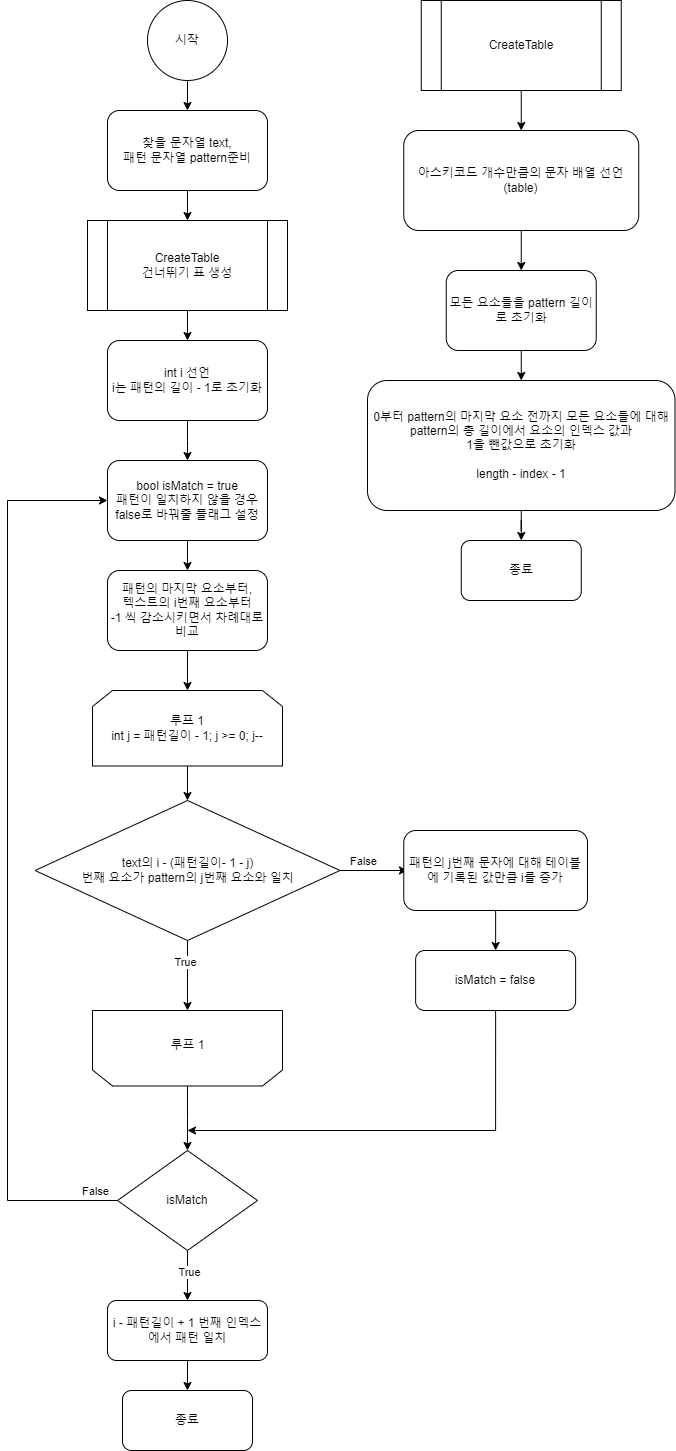
The draw.io diagram FlowCharts/BoyerMoore.png in catnip144/InhaGame-2024, before a commit. Source tidied: cells renumbered, new cells last; positions are measured from the earlier drawing's top-left corner, leaving out a move shared by most shapes.
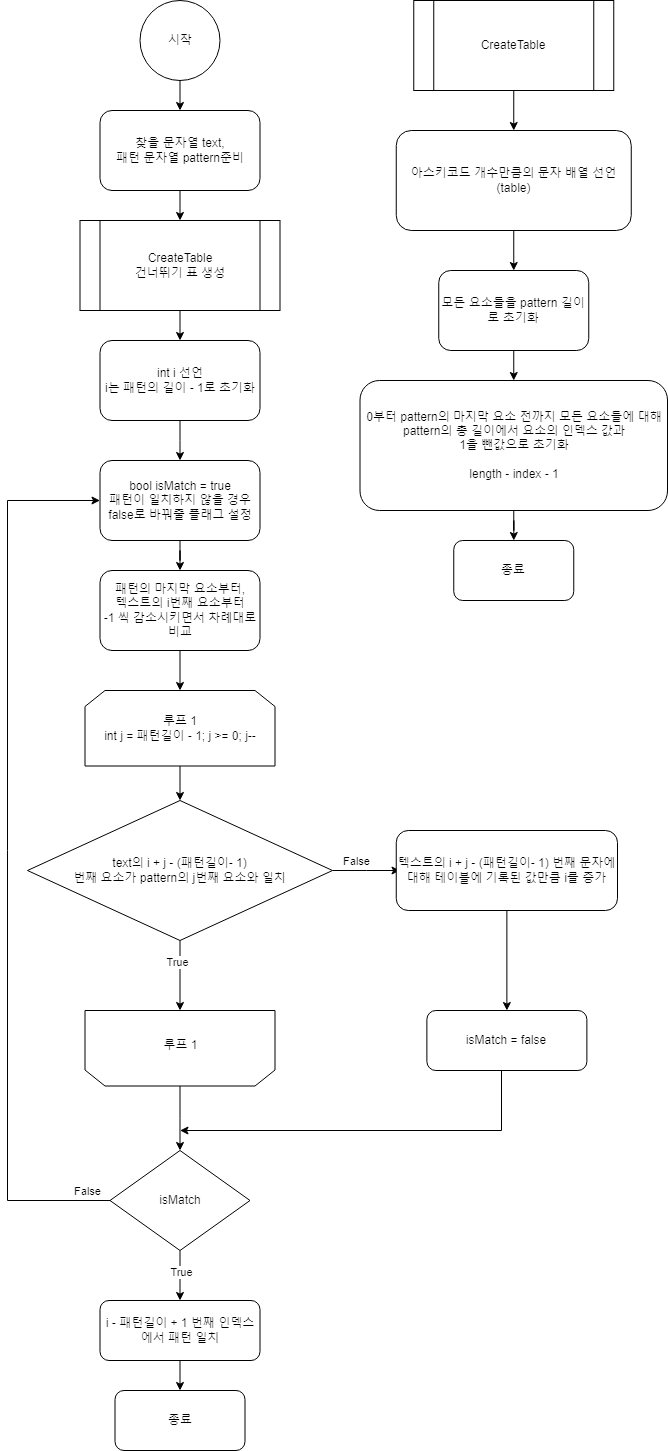
After the change.

Commit message:
Boyer Moore

What changed in the source:
```diff
@@ -8,19 +8,19 @@
     <mxCell id="3" value="시작" style="ellipse;whiteSpace=wrap;html=1;" parent="1" vertex="1">
       <mxGeometry x="140" width="80" height="80" as="geometry" />
     </mxCell>
-    <mxCell id="4" style="edgeStyle=orthogonalEdgeStyle;rounded=0;jettySize=auto;html=1;exitX=0.5;exitY=1;exitDx=0;exitDy=0;" parent="1" edge="1" source="5">
-      <mxGeometry relative="1" as="geometry">
-        <mxPoint x="180" y="220" as="targetPoint" />
-      </mxGeometry>
-    </mxCell>
+    <mxCell id="45" style="edgeStyle=orthogonalEdgeStyle;rounded=0;jettySize=auto;html=1;exitX=0.5;exitY=1;exitDx=0;exitDy=0;" parent="1" edge="1" source="5">
+      <mxGeometry relative="1" as="geometry">
+        <mxPoint x="180" y="220" as="targetPoint" />
+      </mxGeometry>
+    </mxCell>
     <mxCell id="5" value="찾을 문자열 text,&lt;div&gt;패턴 문자열 pattern준비&lt;/div&gt;" style="rounded=1;whiteSpace=wrap;html=1;" parent="1" vertex="1">
       <mxGeometry x="100" y="110" width="160" height="80" as="geometry" />
     </mxCell>
-    <mxCell id="6" style="edgeStyle=orthogonalEdgeStyle;rounded=0;jettySize=auto;html=1;exitX=0.5;exitY=1;exitDx=0;exitDy=0;" parent="1" edge="1" source="7">
-      <mxGeometry relative="1" as="geometry">
-        <mxPoint x="180" y="340" as="targetPoint" />
-      </mxGeometry>
-    </mxCell>
+    <mxCell id="46" style="edgeStyle=orthogonalEdgeStyle;rounded=0;jettySize=auto;html=1;exitX=0.5;exitY=1;exitDx=0;exitDy=0;" parent="1" edge="1" source="7">
+      <mxGeometry relative="1" as="geometry">
+        <mxPoint x="180" y="340" as="targetPoint" />
+      </mxGeometry>
+    </mxCell>
     <mxCell id="7" value="CreateTable&lt;div&gt;건너뛰기 표 생성&lt;/div&gt;" style="shape=process;whiteSpace=wrap;html=1;backgroundOutline=1;" parent="1" vertex="1">
       <mxGeometry x="80" y="220" width="200" height="90" as="geometry" />
     </mxCell>
@@ -36,67 +36,67 @@
     <mxCell id="11" value="아스키코드 개수만큼의 문자 배열 선언 (table)" style="rounded=1;whiteSpace=wrap;html=1;" parent="1" vertex="1">
       <mxGeometry x="396.2" y="130" width="235" height="100" as="geometry" />
     </mxCell>
-    <mxCell id="12" style="edgeStyle=orthogonalEdgeStyle;rounded=0;jettySize=auto;html=1;exitX=0.5;exitY=1;exitDx=0;exitDy=0;" parent="1" edge="1" source="13">
-      <mxGeometry relative="1" as="geometry">
-        <mxPoint x="513.8" y="380" as="targetPoint" />
-      </mxGeometry>
-    </mxCell>
+    <mxCell id="47" style="edgeStyle=orthogonalEdgeStyle;rounded=0;jettySize=auto;html=1;exitX=0.5;exitY=1;exitDx=0;exitDy=0;" parent="1" edge="1" source="13">
+      <mxGeometry relative="1" as="geometry">
+        <mxPoint x="513.8" y="380" as="targetPoint" />
+      </mxGeometry>
+    </mxCell>
     <mxCell id="13" value="모든 요소들을 pattern 길이로 초기화" style="rounded=1;whiteSpace=wrap;html=1;" parent="1" vertex="1">
       <mxGeometry x="438.8" y="270" width="150" height="80" as="geometry" />
     </mxCell>
-    <mxCell id="14" style="edgeStyle=orthogonalEdgeStyle;rounded=0;jettySize=auto;html=1;exitX=0.5;exitY=1;exitDx=0;exitDy=0;" parent="1" edge="1" source="15" target="16">
-      <mxGeometry relative="1" as="geometry" />
-    </mxCell>
+    <mxCell id="48" style="edgeStyle=orthogonalEdgeStyle;rounded=0;jettySize=auto;html=1;exitX=0.5;exitY=1;exitDx=0;exitDy=0;" parent="1" edge="1" source="15" target="49">
+      <mxGeometry relative="1" as="geometry" />
+    </mxCell>
     <mxCell id="15" value="0부터 pattern의 마지막 요소 전까지 모든 요소들에 대해&lt;div&gt;pattern의 총 길이에서 요소의 인덱스 값과&lt;/div&gt;&lt;div&gt;1을 뺀값으로 초기화&lt;/div&gt;&lt;div&gt;&lt;br&gt;&lt;/div&gt;&lt;div&gt;length - index - 1&lt;/div&gt;" style="rounded=1;whiteSpace=wrap;html=1;" parent="1" vertex="1">
       <mxGeometry x="360" y="380" width="307.5" height="130" as="geometry" />
     </mxCell>
-    <mxCell id="16" value="종료" style="rounded=1;whiteSpace=wrap;html=1;" parent="1" vertex="1">
-      <mxGeometry x="453.8" y="540" width="120" height="60" as="geometry" />
-    </mxCell>
-    <mxCell id="17" style="edgeStyle=orthogonalEdgeStyle;rounded=0;jettySize=auto;html=1;exitX=0.5;exitY=1;exitDx=0;exitDy=0;" parent="1" edge="1" source="18">
-      <mxGeometry relative="1" as="geometry">
-        <mxPoint x="180" y="460" as="targetPoint" />
-      </mxGeometry>
-    </mxCell>
+    <mxCell id="49" value="종료" style="rounded=1;whiteSpace=wrap;html=1;" parent="1" vertex="1">
+      <mxGeometry x="453.8" y="540" width="120" height="60" as="geometry" />
+    </mxCell>
+    <mxCell id="50" style="edgeStyle=orthogonalEdgeStyle;rounded=0;jettySize=auto;html=1;exitX=0.5;exitY=1;exitDx=0;exitDy=0;" parent="1" edge="1" source="18">
+      <mxGeometry relative="1" as="geometry">
+        <mxPoint x="180" y="460" as="targetPoint" />
+      </mxGeometry>
+    </mxCell>
     <mxCell id="18" value="int i 선언&lt;div&gt;i는 패턴의 길이 - 1로 초기화&lt;/div&gt;" style="rounded=1;whiteSpace=wrap;html=1;" parent="1" vertex="1">
       <mxGeometry x="100" y="340" width="160" height="80" as="geometry" />
     </mxCell>
-    <mxCell id="19" style="edgeStyle=orthogonalEdgeStyle;rounded=0;jettySize=auto;html=1;exitX=0.5;exitY=1;exitDx=0;exitDy=0;entryX=0.5;entryY=0;entryDx=0;entryDy=0;" parent="1" edge="1" source="20" target="28">
-      <mxGeometry relative="1" as="geometry" />
-    </mxCell>
+    <mxCell id="51" style="edgeStyle=orthogonalEdgeStyle;rounded=0;jettySize=auto;html=1;exitX=0.5;exitY=1;exitDx=0;exitDy=0;entryX=0.5;entryY=0;entryDx=0;entryDy=0;" parent="1" edge="1" source="20" target="58">
+      <mxGeometry relative="1" as="geometry" />
+    </mxCell>
     <mxCell id="20" value="루프 1&lt;div&gt;int j = 패턴길이 - 1; j &amp;gt;= 0; j--&lt;/div&gt;" style="shape=loopLimit;whiteSpace=wrap;html=1;" parent="1" vertex="1">
       <mxGeometry x="85" y="690" width="190" height="75.5" as="geometry" />
     </mxCell>
-    <mxCell id="21" style="edgeStyle=orthogonalEdgeStyle;rounded=0;jettySize=auto;html=1;exitX=0.5;exitY=0;exitDx=0;exitDy=0;entryX=0.5;entryY=0;entryDx=0;entryDy=0;" parent="1" edge="1" source="22">
-      <mxGeometry relative="1" as="geometry">
-        <mxPoint x="180" y="1150" as="targetPoint" />
-      </mxGeometry>
-    </mxCell>
-    <mxCell id="22" style="shape=loopLimit;whiteSpace=wrap;html=1;rotation=-180;" parent="1" vertex="1">
-      <mxGeometry x="85" y="1010" width="190" height="75.5" as="geometry" />
-    </mxCell>
+    <mxCell id="52" style="edgeStyle=orthogonalEdgeStyle;rounded=0;jettySize=auto;html=1;exitX=0.5;exitY=0;exitDx=0;exitDy=0;entryX=0.5;entryY=0;entryDx=0;entryDy=0;" parent="1" edge="1" source="53">
+      <mxGeometry relative="1" as="geometry">
+        <mxPoint x="180" y="1150" as="targetPoint" />
+      </mxGeometry>
+    </mxCell>
+    <mxCell id="53" style="shape=loopLimit;whiteSpace=wrap;html=1;rotation=-180;" parent="1" vertex="1">
+      <mxGeometry x="85" y="1010" width="190" height="75.5" as="geometry" />
+    </mxCell>
     <mxCell id="23" value="루프 1" style="text;html=1;align=center;verticalAlign=middle;strokeColor=none;fillColor=none;" parent="1" vertex="1">
       <mxGeometry x="150" y="1030" width="60" height="30" as="geometry" />
     </mxCell>
-    <mxCell id="24" style="edgeStyle=orthogonalEdgeStyle;rounded=0;jettySize=auto;html=1;exitX=0.5;exitY=1;exitDx=0;exitDy=0;entryX=0.5;entryY=1;entryDx=0;entryDy=0;" parent="1" edge="1" source="28" target="22">
-      <mxGeometry relative="1" as="geometry" />
-    </mxCell>
-    <mxCell id="25" value="True" style="edgeLabel;html=1;align=center;verticalAlign=middle;" parent="24" vertex="1">
-      <mxGeometry x="-0.4" y="-3" relative="1" as="geometry" />
-    </mxCell>
-    <mxCell id="26" style="edgeStyle=orthogonalEdgeStyle;rounded=0;jettySize=auto;html=1;exitX=1;exitY=0.5;exitDx=0;exitDy=0;" parent="1" edge="1" source="28">
-      <mxGeometry relative="1" as="geometry">
-        <mxPoint x="400" y="870" as="targetPoint" />
-      </mxGeometry>
-    </mxCell>
-    <mxCell id="27" value="False" style="edgeLabel;html=1;align=center;verticalAlign=middle;" parent="26" vertex="1">
-      <mxGeometry x="-0.34" y="2" relative="1" as="geometry">
-        <mxPoint x="1" y="-8" as="offset" />
-      </mxGeometry>
-    </mxCell>
-    <mxCell id="28" value="text의&amp;nbsp;i - (패턴길이- 1 - j)&lt;div&gt;번째 요소가 pattern의 j번째 요소와 일치&lt;/div&gt;" style="rhombus;whiteSpace=wrap;html=1;" parent="1" vertex="1">
-      <mxGeometry x="27.5" y="800" width="305" height="140" as="geometry" />
-    </mxCell>
+    <mxCell id="54" style="edgeStyle=orthogonalEdgeStyle;rounded=0;jettySize=auto;html=1;exitX=0.5;exitY=1;exitDx=0;exitDy=0;entryX=0.5;entryY=1;entryDx=0;entryDy=0;" parent="1" edge="1" source="58" target="53">
+      <mxGeometry relative="1" as="geometry" />
+    </mxCell>
+    <mxCell id="55" value="True" style="edgeLabel;html=1;align=center;verticalAlign=middle;" parent="54" vertex="1">
+      <mxGeometry x="-0.4" y="-3" relative="1" as="geometry" />
+    </mxCell>
+    <mxCell id="56" style="edgeStyle=orthogonalEdgeStyle;rounded=0;jettySize=auto;html=1;exitX=1;exitY=0.5;exitDx=0;exitDy=0;" parent="1" edge="1" source="58">
+      <mxGeometry relative="1" as="geometry">
+        <mxPoint x="400" y="870" as="targetPoint" />
+      </mxGeometry>
+    </mxCell>
+    <mxCell id="57" value="False" style="edgeLabel;html=1;align=center;verticalAlign=middle;" parent="56" vertex="1">
+      <mxGeometry x="-0.34" y="2" relative="1" as="geometry">
+        <mxPoint x="1" y="-8" as="offset" />
+      </mxGeometry>
+    </mxCell>
+    <mxCell id="58" value="text의&amp;nbsp;i + j - (패턴길이- 1)&lt;div&gt;번째 요소가 pattern의 j번째 요소와 일치&lt;/div&gt;" style="rhombus;whiteSpace=wrap;html=1;" parent="1" vertex="1">
+      <mxGeometry x="27.5" y="800" width="305" height="140" as="geometry" />
+    </mxCell>
     <mxCell id="29" style="edgeStyle=orthogonalEdgeStyle;rounded=0;jettySize=auto;html=1;exitX=0.5;exitY=1;exitDx=0;exitDy=0;entryX=0.5;entryY=0;entryDx=0;entryDy=0;" parent="1" edge="1" source="30" target="20">
       <mxGeometry relative="1" as="geometry" />
     </mxCell>
@@ -109,55 +109,55 @@
     <mxCell id="32" value="bool isMatch = true&lt;div&gt;패턴이 일치하지 않을 경우 false로 바꿔줄 플래그 설정&lt;/div&gt;" style="rounded=1;whiteSpace=wrap;html=1;" parent="1" vertex="1">
       <mxGeometry x="100" y="460" width="160" height="80" as="geometry" />
     </mxCell>
-    <mxCell id="33" style="edgeStyle=orthogonalEdgeStyle;rounded=0;jettySize=auto;html=1;exitX=0.5;exitY=1;exitDx=0;exitDy=0;entryX=0.5;entryY=0;entryDx=0;entryDy=0;" parent="1" edge="1" source="34" target="44">
-      <mxGeometry relative="1" as="geometry" />
-    </mxCell>
-    <mxCell id="34" value="&lt;div&gt;패턴의 j번째 문자에 대해&amp;nbsp;&lt;span style=&quot;background-color: initial;&quot;&gt;테이블에 기록된&amp;nbsp;&lt;/span&gt;&lt;span style=&quot;background-color: initial;&quot;&gt;값만큼 i를 증가&lt;/span&gt;&lt;/div&gt;" style="rounded=1;whiteSpace=wrap;html=1;" parent="1" vertex="1">
-      <mxGeometry x="396.2" y="830" width="183.8" height="80" as="geometry" />
-    </mxCell>
+    <mxCell id="59" style="edgeStyle=orthogonalEdgeStyle;rounded=0;jettySize=auto;html=1;exitX=0.5;exitY=1;exitDx=0;exitDy=0;entryX=0.5;entryY=0;entryDx=0;entryDy=0;" parent="1" edge="1" source="60" target="44">
+      <mxGeometry relative="1" as="geometry" />
+    </mxCell>
+    <mxCell id="60" value="&lt;div&gt;텍스트의&amp;nbsp;&lt;span style=&quot;background-color: initial;&quot;&gt;i + j - (패턴길이- 1) 번째&lt;/span&gt;&lt;span style=&quot;background-color: initial;&quot;&gt;&amp;nbsp;문자에 대해&amp;nbsp;&lt;/span&gt;&lt;span style=&quot;background-color: initial;&quot;&gt;테이블에 기록된&amp;nbsp;&lt;/span&gt;&lt;span style=&quot;background-color: initial;&quot;&gt;값만큼 i를 증가&lt;/span&gt;&lt;/div&gt;" style="rounded=1;whiteSpace=wrap;html=1;" parent="1" vertex="1">
+      <mxGeometry x="396.2" y="830" width="221.2" height="80" as="geometry" />
+    </mxCell>
     <mxCell id="35" style="edgeStyle=orthogonalEdgeStyle;rounded=0;jettySize=auto;html=1;exitX=0.5;exitY=1;exitDx=0;exitDy=0;" parent="1" edge="1" source="39" target="41">
       <mxGeometry relative="1" as="geometry" />
     </mxCell>
-    <mxCell id="36" value="True" style="edgeLabel;html=1;align=center;verticalAlign=middle;" parent="35" vertex="1">
-      <mxGeometry x="-0.14" y="1" relative="1" as="geometry" />
-    </mxCell>
+    <mxCell id="61" value="True" style="edgeLabel;html=1;align=center;verticalAlign=middle;" parent="35" vertex="1">
+      <mxGeometry x="-0.14" y="1" relative="1" as="geometry" />
+    </mxCell>
     <mxCell id="37" style="edgeStyle=orthogonalEdgeStyle;rounded=0;jettySize=auto;html=1;exitX=0;exitY=0.5;exitDx=0;exitDy=0;entryX=0;entryY=0.5;entryDx=0;entryDy=0;" parent="1" edge="1" source="39" target="32">
       <mxGeometry relative="1" as="geometry">
         <Array as="points">
-          <mxPoint y="1200" />
-          <mxPoint y="500" />
+          <mxPoint x="7.5" y="1200" />
+          <mxPoint x="7.5" y="500" />
         </Array>
       </mxGeometry>
     </mxCell>
-    <mxCell id="38" value="False" style="edgeLabel;html=1;align=center;verticalAlign=middle;" parent="37" vertex="1">
-      <mxGeometry x="-0.9" y="-1" relative="1" as="geometry">
-        <mxPoint x="21" y="-9" as="offset" />
-      </mxGeometry>
-    </mxCell>
+    <mxCell id="62" value="False" style="edgeLabel;html=1;align=center;verticalAlign=middle;" parent="37" vertex="1">
+      <mxGeometry x="-0.9" y="-1" relative="1" as="geometry">
+        <mxPoint x="21" y="-9" as="offset" />
+      </mxGeometry>
+    </mxCell>
     <mxCell id="39" value="isMatch" style="rhombus;whiteSpace=wrap;html=1;" parent="1" vertex="1">
       <mxGeometry x="110" y="1150" width="140" height="100" as="geometry" />
     </mxCell>
-    <mxCell id="40" style="edgeStyle=orthogonalEdgeStyle;rounded=0;jettySize=auto;html=1;exitX=0.5;exitY=1;exitDx=0;exitDy=0;" parent="1" edge="1" source="41">
-      <mxGeometry relative="1" as="geometry">
-        <mxPoint x="180" y="1390" as="targetPoint" />
-      </mxGeometry>
-    </mxCell>
+    <mxCell id="63" style="edgeStyle=orthogonalEdgeStyle;rounded=0;jettySize=auto;html=1;exitX=0.5;exitY=1;exitDx=0;exitDy=0;" parent="1" edge="1" source="41">
+      <mxGeometry relative="1" as="geometry">
+        <mxPoint x="180" y="1390" as="targetPoint" />
+      </mxGeometry>
+    </mxCell>
     <mxCell id="41" value="i - 패턴길이 + 1 번째 인덱스&lt;div&gt;에서 패턴 일치&lt;/div&gt;" style="rounded=1;whiteSpace=wrap;html=1;" parent="1" vertex="1">
       <mxGeometry x="100" y="1300" width="160" height="60" as="geometry" />
     </mxCell>
-    <mxCell id="42" value="종료" style="rounded=1;whiteSpace=wrap;html=1;" parent="1" vertex="1">
-      <mxGeometry x="115" y="1390" width="130" height="60" as="geometry" />
-    </mxCell>
-    <mxCell id="43" style="edgeStyle=orthogonalEdgeStyle;rounded=0;jettySize=auto;html=1;exitX=0.5;exitY=1;exitDx=0;exitDy=0;" parent="1" edge="1" source="44">
-      <mxGeometry relative="1" as="geometry">
-        <mxPoint x="180" y="1130" as="targetPoint" />
-        <Array as="points">
-          <mxPoint x="488" y="1130" />
-        </Array>
-      </mxGeometry>
-    </mxCell>
+    <mxCell id="64" value="종료" style="rounded=1;whiteSpace=wrap;html=1;" parent="1" vertex="1">
+      <mxGeometry x="115" y="1390" width="130" height="60" as="geometry" />
+    </mxCell>
+    <mxCell id="65" style="edgeStyle=orthogonalEdgeStyle;rounded=0;jettySize=auto;html=1;exitX=0.5;exitY=1;exitDx=0;exitDy=0;" parent="1" edge="1" source="44">
+      <mxGeometry relative="1" as="geometry">
+        <mxPoint x="180" y="1130" as="targetPoint" />
+        <Array as="points">
+          <mxPoint x="501.5" y="1130" />
+        </Array>
+      </mxGeometry>
+    </mxCell>
     <mxCell id="44" value="isMatch = false" style="rounded=1;whiteSpace=wrap;html=1;" parent="1" vertex="1">
-      <mxGeometry x="408.1" y="950" width="160" height="60" as="geometry" />
+      <mxGeometry x="426.9" y="1010" width="160" height="60" as="geometry" />
     </mxCell>
   </root>
 </mxGraphModel>
```
